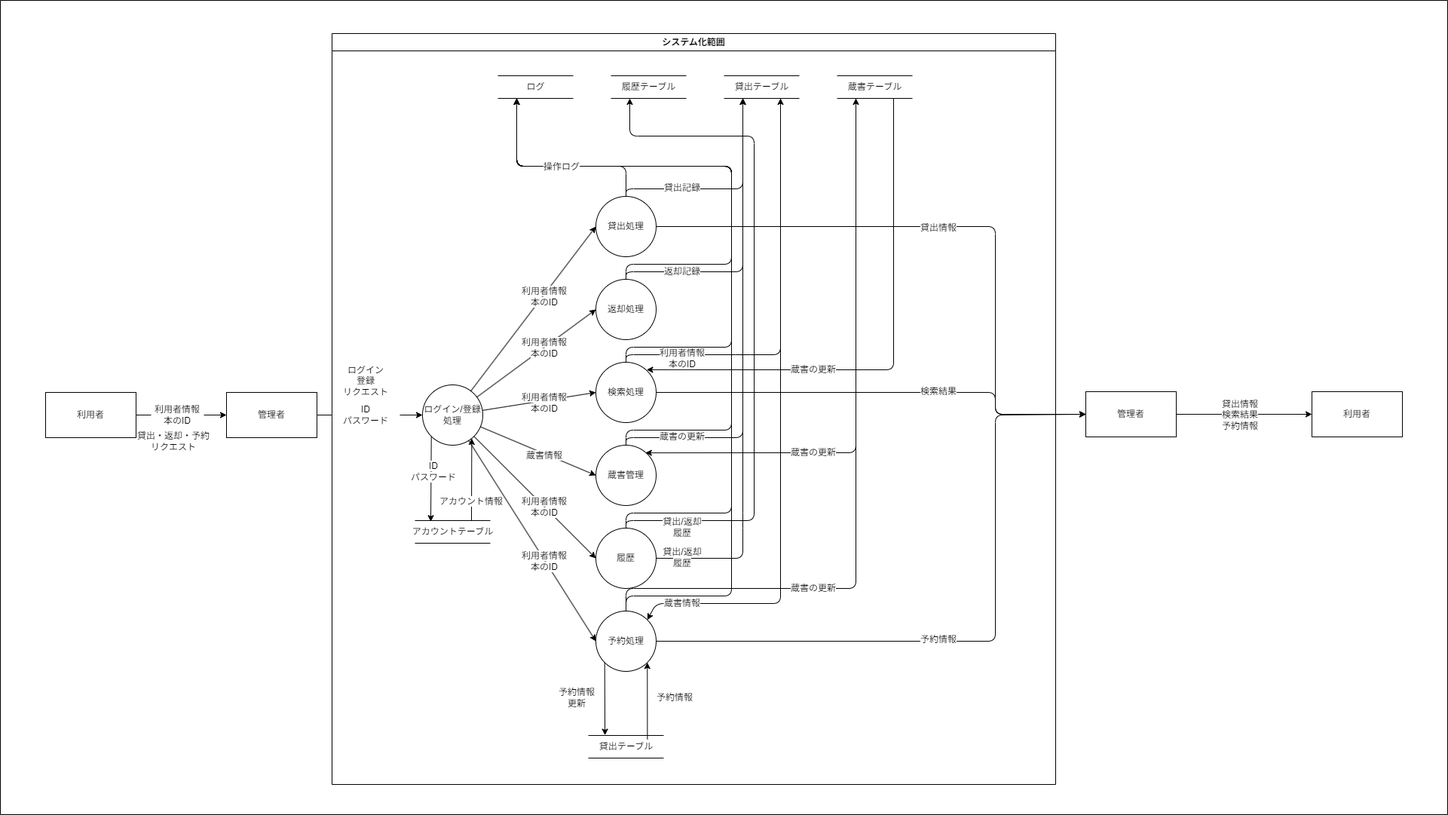
Before: documents/diagrams/DFD_レベル1.drawio.png, a diagram exported from draw.io (OMEGA-himajin/book_database). Source tidied: cells renumbered, new cells last; positions are measured from the earlier drawing's top-left corner, leaving out a move shared by most shapes.
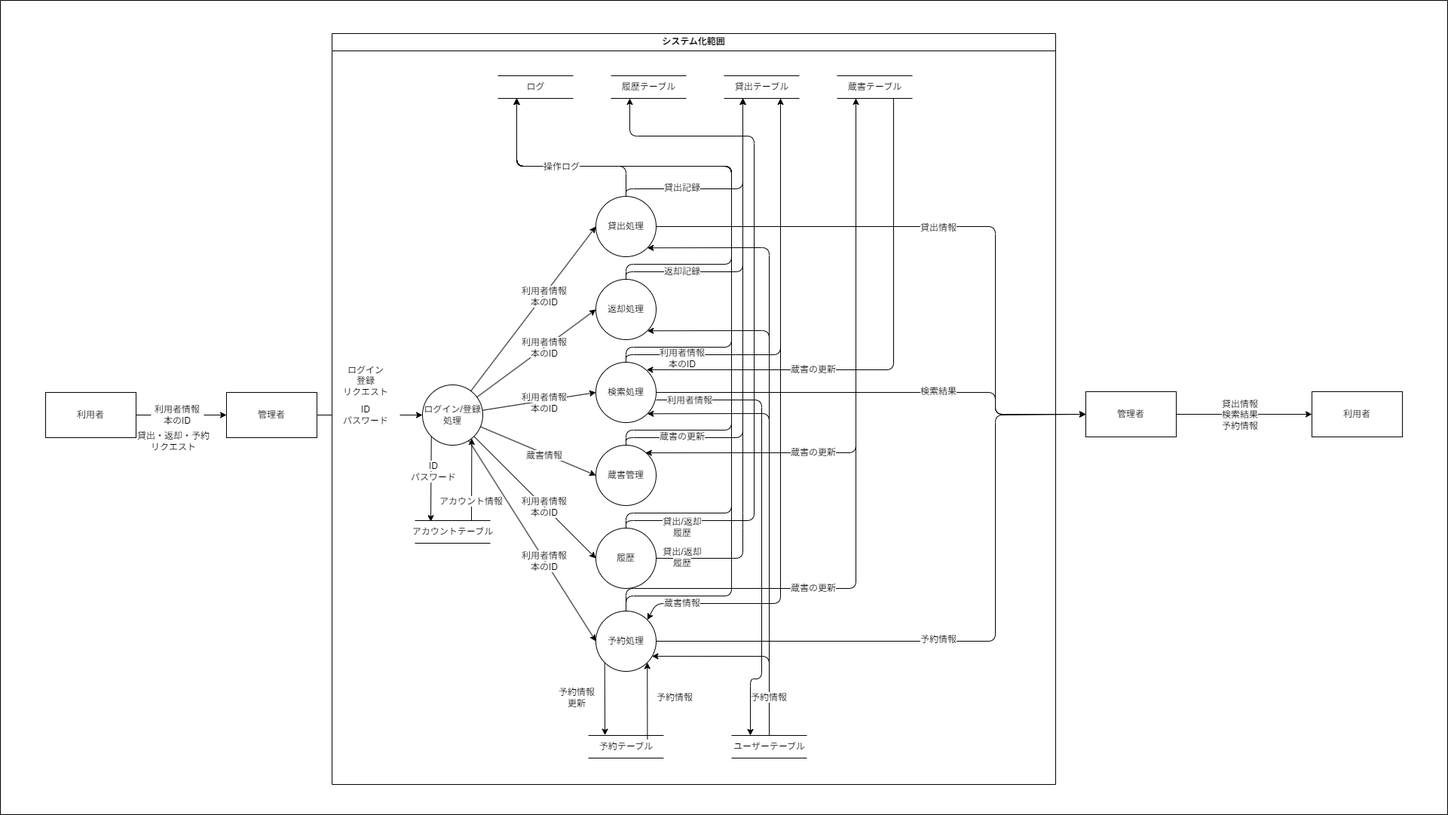
After the commit.

Diff of the diagram source:
```diff
@@ -2,9 +2,47 @@
   <root>
     <mxCell id="0" />
     <mxCell id="1" parent="0" />
+    <mxCell id="84" style="edgeStyle=none;html=1;exitX=0.25;exitY=0;exitDx=0;exitDy=0;strokeColor=#000000;fontColor=#000000;entryX=0.25;entryY=0;entryDx=0;entryDy=0;" parent="1" edge="1" target="89">
+      <mxGeometry relative="1" as="geometry">
+        <mxPoint x="870" y="530" as="sourcePoint" />
+        <Array as="points">
+          <mxPoint x="1010" y="530" />
+          <mxPoint x="1010" y="900" />
+          <mxPoint x="995" y="900" />
+        </Array>
+      </mxGeometry>
+    </mxCell>
+    <mxCell id="85" style="edgeStyle=none;html=1;entryX=1;entryY=1;entryDx=0;entryDy=0;strokeColor=#000000;fontColor=#000000;" parent="1" edge="1" source="89" target="53">
+      <mxGeometry relative="1" as="geometry">
+        <Array as="points">
+          <mxPoint x="1020" y="328" />
+        </Array>
+      </mxGeometry>
+    </mxCell>
+    <mxCell id="86" style="edgeStyle=none;html=1;entryX=1;entryY=1;entryDx=0;entryDy=0;strokeColor=#000000;fontColor=#000000;" parent="1" edge="1" source="89" target="45">
+      <mxGeometry relative="1" as="geometry">
+        <Array as="points">
+          <mxPoint x="1020" y="438" />
+        </Array>
+      </mxGeometry>
+    </mxCell>
+    <mxCell id="87" style="edgeStyle=none;html=1;entryX=1;entryY=1;entryDx=0;entryDy=0;strokeColor=#000000;fontColor=#000000;" parent="1" edge="1" source="89" target="38">
+      <mxGeometry relative="1" as="geometry">
+        <Array as="points">
+          <mxPoint x="1020" y="548" />
+        </Array>
+      </mxGeometry>
+    </mxCell>
     <mxCell id="2" style="edgeStyle=none;html=1;entryX=0;entryY=0.5;entryDx=0;entryDy=0;strokeColor=#000000;" parent="1" edge="1" source="13" target="33">
       <mxGeometry relative="1" as="geometry" />
     </mxCell>
+    <mxCell id="88" style="edgeStyle=none;html=1;strokeColor=#000000;fontColor=#000000;entryX=0.931;entryY=0.749;entryDx=0;entryDy=0;entryPerimeter=0;" parent="1" edge="1" source="89" target="33">
+      <mxGeometry relative="1" as="geometry">
+        <Array as="points">
+          <mxPoint x="1020" y="870" />
+        </Array>
+      </mxGeometry>
+    </mxCell>
     <mxCell id="3" style="edgeStyle=none;html=1;entryX=0;entryY=0.5;entryDx=0;entryDy=0;fontColor=#000000;strokeColor=#000000;startArrow=none;" parent="1" edge="1" source="8" target="5">
       <mxGeometry relative="1" as="geometry" />
     </mxCell>
@@ -309,7 +347,7 @@
     <mxCell id="67" value="&lt;font style=&quot;background-color: rgb(255, 255, 255);&quot; color=&quot;#000000&quot;&gt;操作ログ&lt;/font&gt;" style="text;html=1;strokeColor=none;fillColor=none;align=center;verticalAlign=middle;whiteSpace=wrap;rounded=0;labelBackgroundColor=none;fontColor=#FFFFFF;" parent="1" vertex="1">
       <mxGeometry x="710" y="206" width="70" height="30" as="geometry" />
     </mxCell>
-    <mxCell id="68" value="&lt;font color=&quot;#000000&quot;&gt;貸出テーブル&lt;/font&gt;" style="html=1;dashed=0;whitespace=wrap;shape=partialRectangle;right=0;left=0;labelBackgroundColor=#FFFFFF;fillColor=none;strokeColor=#000000;" parent="1" vertex="1">
+    <mxCell id="68" value="&lt;font color=&quot;#000000&quot;&gt;予約テーブル&lt;/font&gt;" style="html=1;dashed=0;whitespace=wrap;shape=partialRectangle;right=0;left=0;labelBackgroundColor=#FFFFFF;fillColor=none;strokeColor=#000000;" parent="1" vertex="1">
       <mxGeometry x="780" y="975" width="100" height="30" as="geometry" />
     </mxCell>
     <mxCell id="69" value="&lt;font color=&quot;#000000&quot;&gt;&lt;span style=&quot;background-color: rgb(255, 255, 255);&quot;&gt;予約情報&lt;br&gt;更新&lt;/span&gt;&lt;/font&gt;" style="text;html=1;strokeColor=none;fillColor=none;align=center;verticalAlign=middle;whiteSpace=wrap;rounded=0;labelBackgroundColor=none;fontColor=#FFFFFF;" parent="1" vertex="1">
@@ -357,5 +395,14 @@
     <mxCell id="83" value="&lt;font color=&quot;#000000&quot;&gt;システム化範囲&lt;/font&gt;" style="swimlane;whiteSpace=wrap;html=1;fillColor=none;" parent="82" vertex="1">
       <mxGeometry x="440" y="44" width="960" height="996" as="geometry" />
     </mxCell>
+    <mxCell id="89" value="&lt;font color=&quot;#000000&quot;&gt;ユーザーテーブル&lt;/font&gt;" style="html=1;dashed=0;whitespace=wrap;shape=partialRectangle;right=0;left=0;labelBackgroundColor=#FFFFFF;fillColor=none;strokeColor=#000000;" parent="83" vertex="1">
+      <mxGeometry x="530" y="931" width="100" height="30" as="geometry" />
+    </mxCell>
+    <mxCell id="90" value="&lt;font color=&quot;#000000&quot;&gt;&lt;span style=&quot;background-color: rgb(255, 255, 255);&quot;&gt;予約情報&lt;br&gt;&lt;/span&gt;&lt;/font&gt;" style="text;html=1;strokeColor=none;fillColor=none;align=center;verticalAlign=middle;whiteSpace=wrap;rounded=0;labelBackgroundColor=none;fontColor=#FFFFFF;" parent="83" vertex="1">
+      <mxGeometry x="545" y="866" width="70" height="30" as="geometry" />
+    </mxCell>
+    <mxCell id="91" value="&lt;font color=&quot;#000000&quot;&gt;&lt;span style=&quot;background-color: rgb(255, 255, 255);&quot;&gt;利用者情報&lt;br&gt;&lt;/span&gt;&lt;/font&gt;" style="text;html=1;strokeColor=none;fillColor=none;align=center;verticalAlign=middle;whiteSpace=wrap;rounded=0;labelBackgroundColor=none;fontColor=#FFFFFF;" parent="83" vertex="1">
+      <mxGeometry x="440" y="472" width="70" height="30" as="geometry" />
+    </mxCell>
   </root>
 </mxGraphModel>
```
